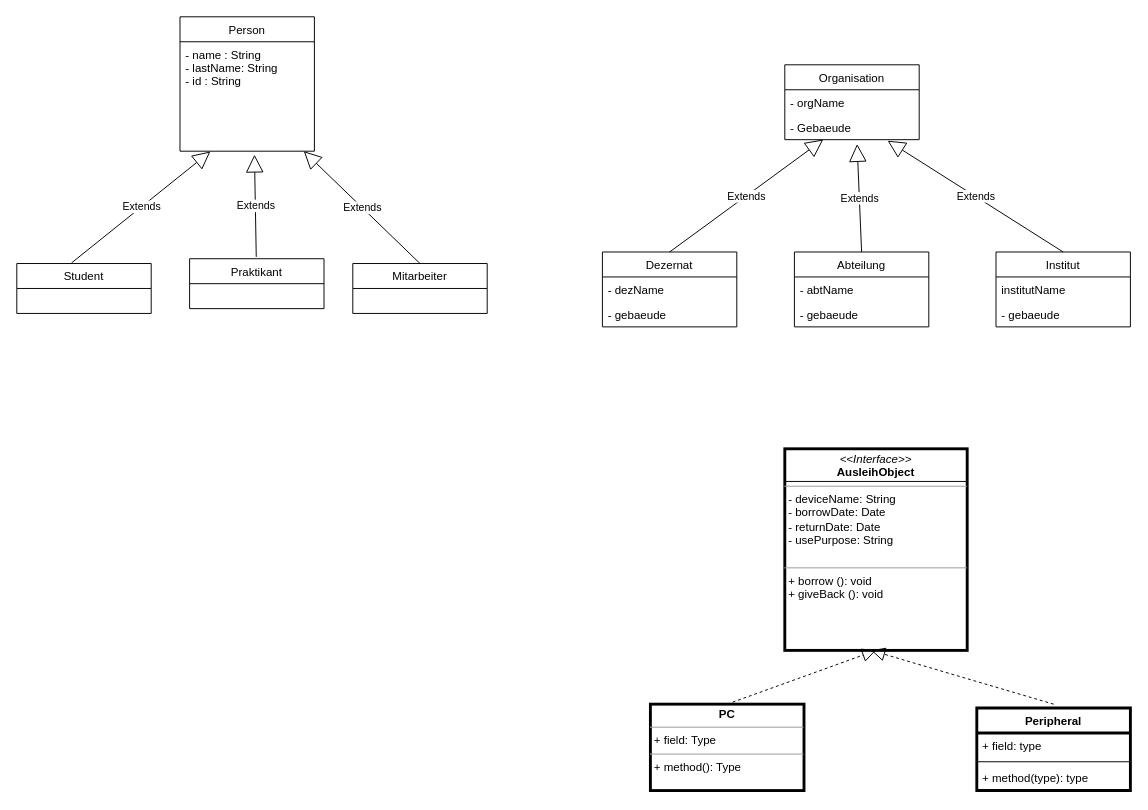
The draw.io diagram UML Diagram/Ausleihsystem.drawio in l3ehzad/JavaProjects, before the edit. Source tidied: cells renumbered, new cells numbered last; positions are measured from the earlier drawing's top-left corner, leaving out a move shared by most shapes. Both pictures are drawn from the tidied source at 96%, with x=0, y=0 at pixel (16, 16).
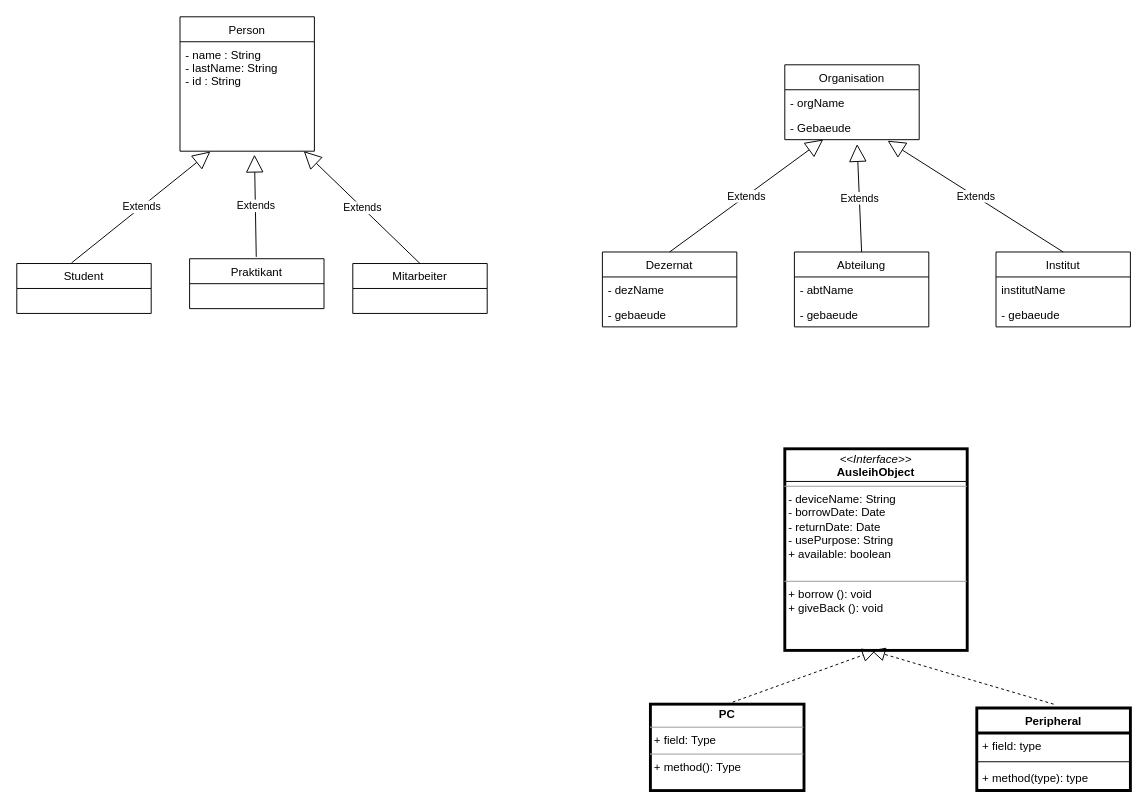
The same page after the edit.

Change to the diagram source:
```diff
@@
-    <mxCell id="25" value="&lt;p style=&quot;margin: 0px ; margin-top: 4px ; text-align: center&quot;&gt;&lt;i&gt;&amp;lt;&amp;lt;Interface&amp;gt;&amp;gt;&lt;/i&gt;&lt;br&gt;&lt;b&gt;AusleihObject&lt;/b&gt;&lt;/p&gt;&lt;hr size=&quot;1&quot;&gt;&lt;p style=&quot;margin: 0px ; margin-left: 4px&quot;&gt;- deviceName: String&lt;/p&gt;&lt;p style=&quot;margin: 0px ; margin-left: 4px&quot;&gt;- borrowDate: Date&lt;/p&gt;&lt;p style=&quot;margin: 0px ; margin-left: 4px&quot;&gt;- returnDate: Date&lt;/p&gt;&lt;p style=&quot;margin: 0px ; margin-left: 4px&quot;&gt;- usePurpose: String&lt;/p&gt;&lt;p style=&quot;margin: 0px ; margin-left: 4px&quot;&gt;&lt;br&gt;&lt;/p&gt;&lt;hr size=&quot;1&quot;&gt;&lt;p style=&quot;margin: 0px ; margin-left: 4px&quot;&gt;+ borrow (): void&lt;br&gt;+ giveBack (): void&lt;/p&gt;" style="verticalAlign=top;align=left;overflow=fill;fontSize=12;fontFamily=Helvetica;html=1;rounded=0;shadow=0;glass=0;strokeWidth=3;" parent="1" vertex="1">
+    <mxCell id="25" value="&lt;p style=&quot;margin: 0px ; margin-top: 4px ; text-align: center&quot;&gt;&lt;i&gt;&amp;lt;&amp;lt;Interface&amp;gt;&amp;gt;&lt;/i&gt;&lt;br&gt;&lt;b&gt;AusleihObject&lt;/b&gt;&lt;/p&gt;&lt;hr size=&quot;1&quot;&gt;&lt;p style=&quot;margin: 0px ; margin-left: 4px&quot;&gt;- deviceName: String&lt;/p&gt;&lt;p style=&quot;margin: 0px ; margin-left: 4px&quot;&gt;- borrowDate: Date&lt;/p&gt;&lt;p style=&quot;margin: 0px ; margin-left: 4px&quot;&gt;- returnDate: Date&lt;/p&gt;&lt;p style=&quot;margin: 0px ; margin-left: 4px&quot;&gt;- usePurpose: String&lt;/p&gt;&lt;p style=&quot;margin: 0px ; margin-left: 4px&quot;&gt;+ available: boolean&lt;/p&gt;&lt;p style=&quot;margin: 0px ; margin-left: 4px&quot;&gt;&lt;br&gt;&lt;/p&gt;&lt;hr size=&quot;1&quot;&gt;&lt;p style=&quot;margin: 0px ; margin-left: 4px&quot;&gt;+ borrow (): void&lt;br&gt;+ giveBack (): void&lt;/p&gt;" style="verticalAlign=top;align=left;overflow=fill;fontSize=12;fontFamily=Helvetica;html=1;rounded=0;shadow=0;glass=0;strokeWidth=3;" parent="1" vertex="1">
       <mxGeometry x="800" y="450" width="190" height="210" as="geometry" />
     </mxCell>
```
